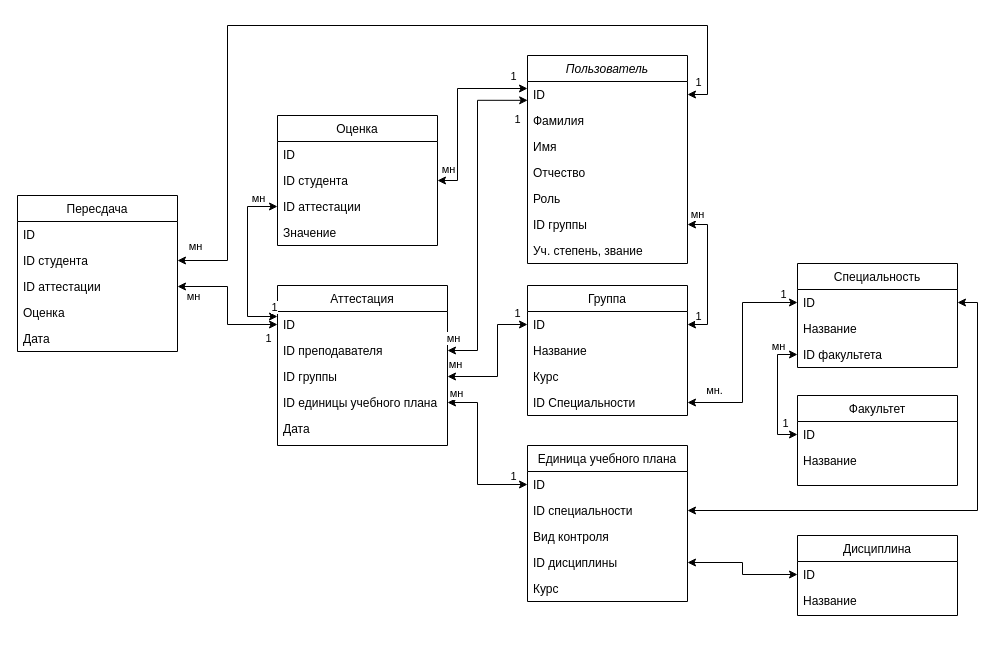
This is диаграмма.drawio from Zemchonak/students-desktop-app, a draw.io file, before an edit. Source tidied: cells renumbered, new cells numbered last; positions are measured from the earlier drawing's top-left corner, leaving out a move shared by most shapes. Both pictures are drawn from the tidied source at 100%, with x=0, y=0 at pixel (17, 25).
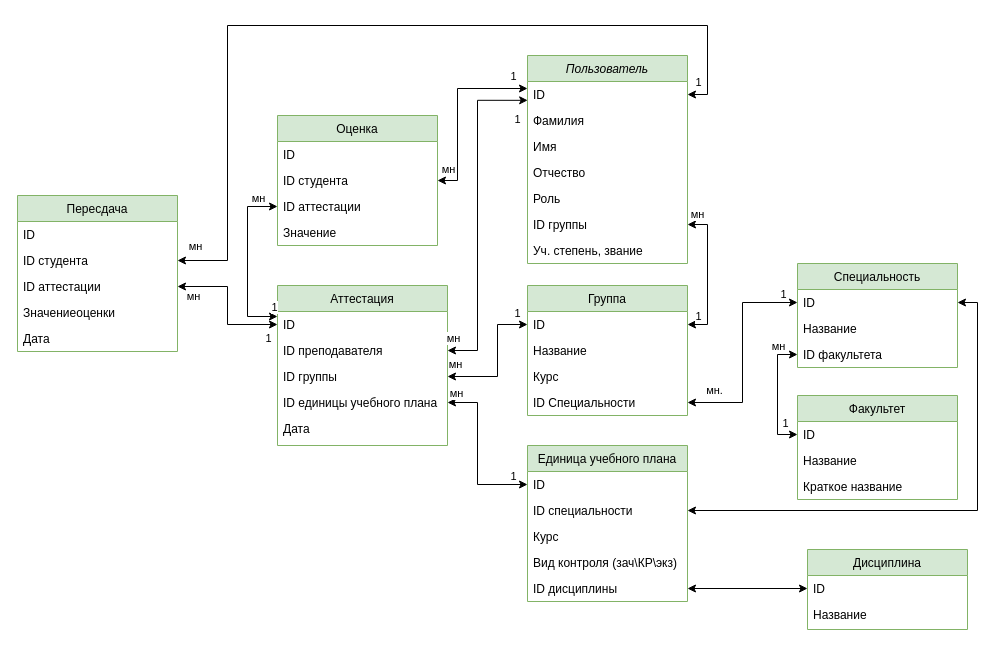
The same diagram, later.

The edit, as a diff of the source:
```diff
@@
-    <mxCell id="2" value="Пользователь" style="swimlane;fontStyle=2;align=center;verticalAlign=top;horizontal=1;startSize=26;rounded=0;shadow=0;strokeWidth=1;" parent="1" vertex="1">
+    <mxCell id="2" value="Пользователь" style="swimlane;fontStyle=2;align=center;verticalAlign=top;horizontal=1;startSize=26;rounded=0;shadow=0;strokeWidth=1;fillColor=#d5e8d4;strokeColor=#82b366;" parent="1" vertex="1">
       <mxGeometry x="510" y="30" width="160" height="208" as="geometry" />
     </mxCell>
@@
-    <mxCell id="10" value="Группа" style="swimlane;fontStyle=0;align=center;verticalAlign=top;horizontal=1;startSize=26;rounded=0;shadow=0;strokeWidth=1;" parent="1" vertex="1">
+    <mxCell id="10" value="Группа" style="swimlane;fontStyle=0;align=center;verticalAlign=top;horizontal=1;startSize=26;rounded=0;shadow=0;strokeWidth=1;fillColor=#d5e8d4;strokeColor=#82b366;" parent="1" vertex="1">
       <mxGeometry x="510" y="260" width="160" height="130" as="geometry" />
     </mxCell>
@@
-    <mxCell id="15" value="Оценка" style="swimlane;fontStyle=0;align=center;verticalAlign=top;horizontal=1;startSize=26;rounded=0;shadow=0;strokeWidth=1;" parent="1" vertex="1">
+    <mxCell id="15" value="Оценка" style="swimlane;fontStyle=0;align=center;verticalAlign=top;horizontal=1;startSize=26;rounded=0;shadow=0;strokeWidth=1;fillColor=#d5e8d4;strokeColor=#82b366;" parent="1" vertex="1">
       <mxGeometry x="260" y="90" width="160" height="130" as="geometry" />
     </mxCell>
@@
-    <mxCell id="20" value="Дисциплина" style="swimlane;fontStyle=0;align=center;verticalAlign=top;horizontal=1;startSize=26;rounded=0;shadow=0;strokeWidth=1;" parent="1" vertex="1">
-      <mxGeometry x="780" y="510" width="160" height="80" as="geometry" />
+    <mxCell id="20" value="Дисциплина" style="swimlane;fontStyle=0;align=center;verticalAlign=top;horizontal=1;startSize=26;rounded=0;shadow=0;strokeWidth=1;fillColor=#d5e8d4;strokeColor=#82b366;" parent="1" vertex="1">
+      <mxGeometry x="790" y="524" width="160" height="80" as="geometry" />
     </mxCell>
@@
-    <mxCell id="23" value="Аттестация" style="swimlane;fontStyle=0;align=center;verticalAlign=top;horizontal=1;startSize=26;rounded=0;shadow=0;strokeWidth=1;" parent="1" vertex="1">
+    <mxCell id="23" value="Аттестация" style="swimlane;fontStyle=0;align=center;verticalAlign=top;horizontal=1;startSize=26;rounded=0;shadow=0;strokeWidth=1;fillColor=#d5e8d4;strokeColor=#82b366;" parent="1" vertex="1">
       <mxGeometry x="260" y="260" width="170" height="160" as="geometry" />
     </mxCell>
@@
-    <mxCell id="44" value="Специальность" style="swimlane;fontStyle=0;align=center;verticalAlign=top;horizontal=1;startSize=26;rounded=0;shadow=0;strokeWidth=1;" parent="1" vertex="1">
+    <mxCell id="44" value="Специальность" style="swimlane;fontStyle=0;align=center;verticalAlign=top;horizontal=1;startSize=26;rounded=0;shadow=0;strokeWidth=1;fillColor=#d5e8d4;strokeColor=#82b366;" parent="1" vertex="1">
       <mxGeometry x="780" y="238" width="160" height="104" as="geometry" />
     </mxCell>
@@
-    <mxCell id="48" value="Факультет" style="swimlane;fontStyle=0;align=center;verticalAlign=top;horizontal=1;startSize=26;rounded=0;shadow=0;strokeWidth=1;" parent="1" vertex="1">
-      <mxGeometry x="780" y="370" width="160" height="90" as="geometry" />
+    <mxCell id="48" value="Факультет" style="swimlane;fontStyle=0;align=center;verticalAlign=top;horizontal=1;startSize=26;rounded=0;shadow=0;strokeWidth=1;fillColor=#d5e8d4;strokeColor=#82b366;" parent="1" vertex="1">
+      <mxGeometry x="780" y="370" width="160" height="104" as="geometry" />
     </mxCell>
@@
+    <mxCell id="80" value="Краткое название" style="text;align=left;verticalAlign=top;spacingLeft=4;spacingRight=4;overflow=hidden;" parent="48" vertex="1">
+      <mxGeometry y="78" width="160" height="26" as="geometry" />
+    </mxCell>
-    <mxCell id="51" value="Единица учебного плана" style="swimlane;fontStyle=0;align=center;verticalAlign=top;horizontal=1;startSize=26;rounded=0;shadow=0;strokeWidth=1;" parent="1" vertex="1">
+    <mxCell id="51" value="Единица учебного плана" style="swimlane;fontStyle=0;align=center;verticalAlign=top;horizontal=1;startSize=26;rounded=0;shadow=0;strokeWidth=1;fillColor=#d5e8d4;strokeColor=#82b366;" parent="1" vertex="1">
       <mxGeometry x="510" y="420" width="160" height="156" as="geometry" />
     </mxCell>
@@
+    <mxCell id="56" value="Курс" style="text;align=left;verticalAlign=top;spacingLeft=4;spacingRight=4;overflow=hidden;" parent="51" vertex="1">
+      <mxGeometry y="78" width="160" height="26" as="geometry" />
+    </mxCell>
-    <mxCell id="54" value="Вид контроля" style="text;align=left;verticalAlign=top;spacingLeft=4;spacingRight=4;overflow=hidden;" parent="51" vertex="1">
-      <mxGeometry y="78" width="160" height="26" as="geometry" />
+    <mxCell id="54" value="Вид контроля (зач\КР\экз)&#10;" style="text;align=left;verticalAlign=top;spacingLeft=4;spacingRight=4;overflow=hidden;" parent="51" vertex="1">
+      <mxGeometry y="104" width="160" height="26" as="geometry" />
     </mxCell>
     <mxCell id="55" value="ID дисциплины" style="text;align=left;verticalAlign=top;spacingLeft=4;spacingRight=4;overflow=hidden;points=[[0,0.5],[1,0.5]];portConstraint=eastwest;" parent="51" vertex="1">
-      <mxGeometry y="104" width="160" height="26" as="geometry" />
+      <mxGeometry y="130" width="160" height="26" as="geometry" />
     </mxCell>
-    <mxCell id="56" value="Курс" style="text;align=left;verticalAlign=top;spacingLeft=4;spacingRight=4;overflow=hidden;" parent="51" vertex="1">
-      <mxGeometry y="130" width="160" height="26" as="geometry" />
-    </mxCell>
@@
-    <mxCell id="68" value="Пересдача" style="swimlane;fontStyle=0;align=center;verticalAlign=top;horizontal=1;startSize=26;rounded=0;shadow=0;strokeWidth=1;" parent="1" vertex="1">
+    <mxCell id="68" value="Пересдача" style="swimlane;fontStyle=0;align=center;verticalAlign=top;horizontal=1;startSize=26;rounded=0;shadow=0;strokeWidth=1;fillColor=#d5e8d4;strokeColor=#82b366;" parent="1" vertex="1">
       <mxGeometry y="170" width="160" height="156" as="geometry" />
     </mxCell>
@@
-    <mxCell id="72" value="Оценка" style="text;align=left;verticalAlign=top;spacingLeft=4;spacingRight=4;overflow=hidden;" parent="68" vertex="1">
+    <mxCell id="72" value="Значениеоценки" style="text;align=left;verticalAlign=top;spacingLeft=4;spacingRight=4;overflow=hidden;" parent="68" vertex="1">
       <mxGeometry y="104" width="160" height="26" as="geometry" />
     </mxCell>
```
